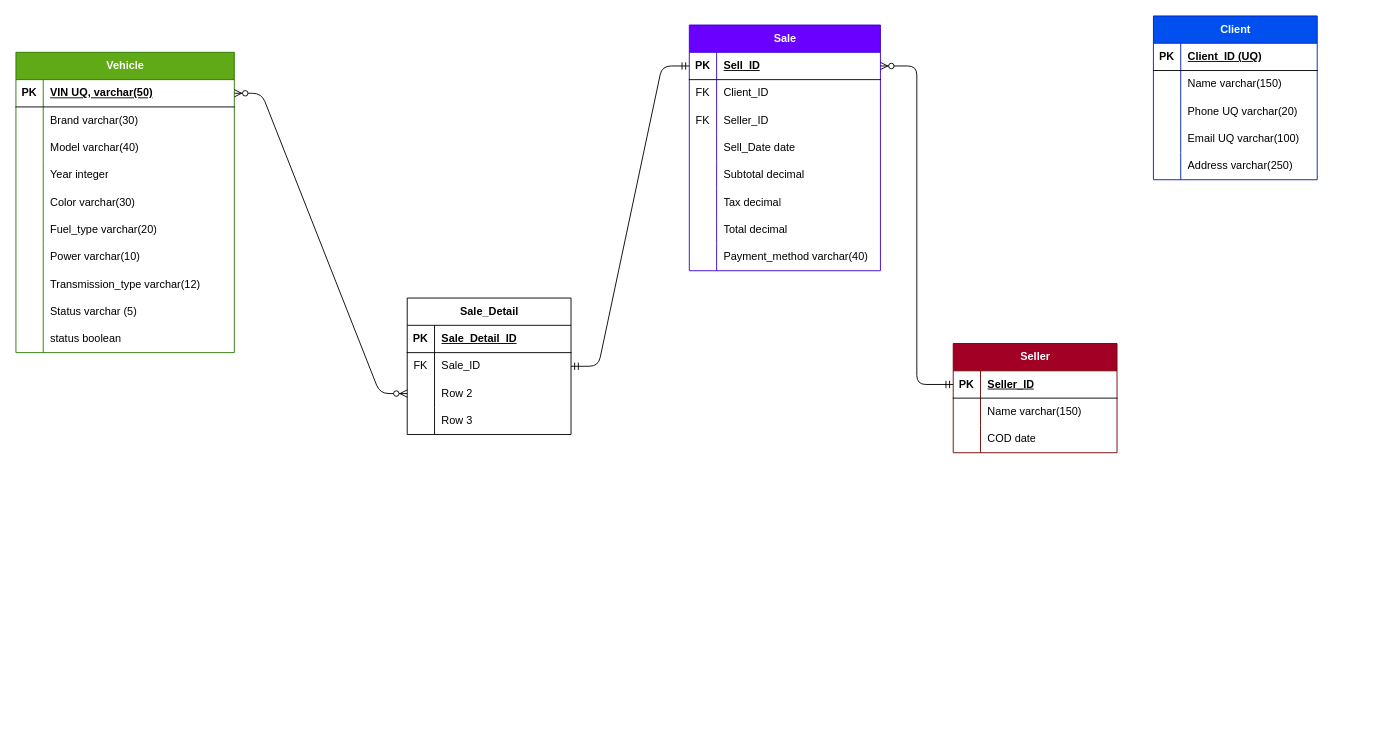
This is UML.drawio from Jlebot7/sqld_exam, a draw.io file, before an edit. Source tidied: cells renumbered, new cells numbered last; positions are measured from the earlier drawing's top-left corner, leaving out a move shared by most shapes. Both pictures are drawn from the tidied source at 91%, with x=0, y=0 at pixel (15, 15).
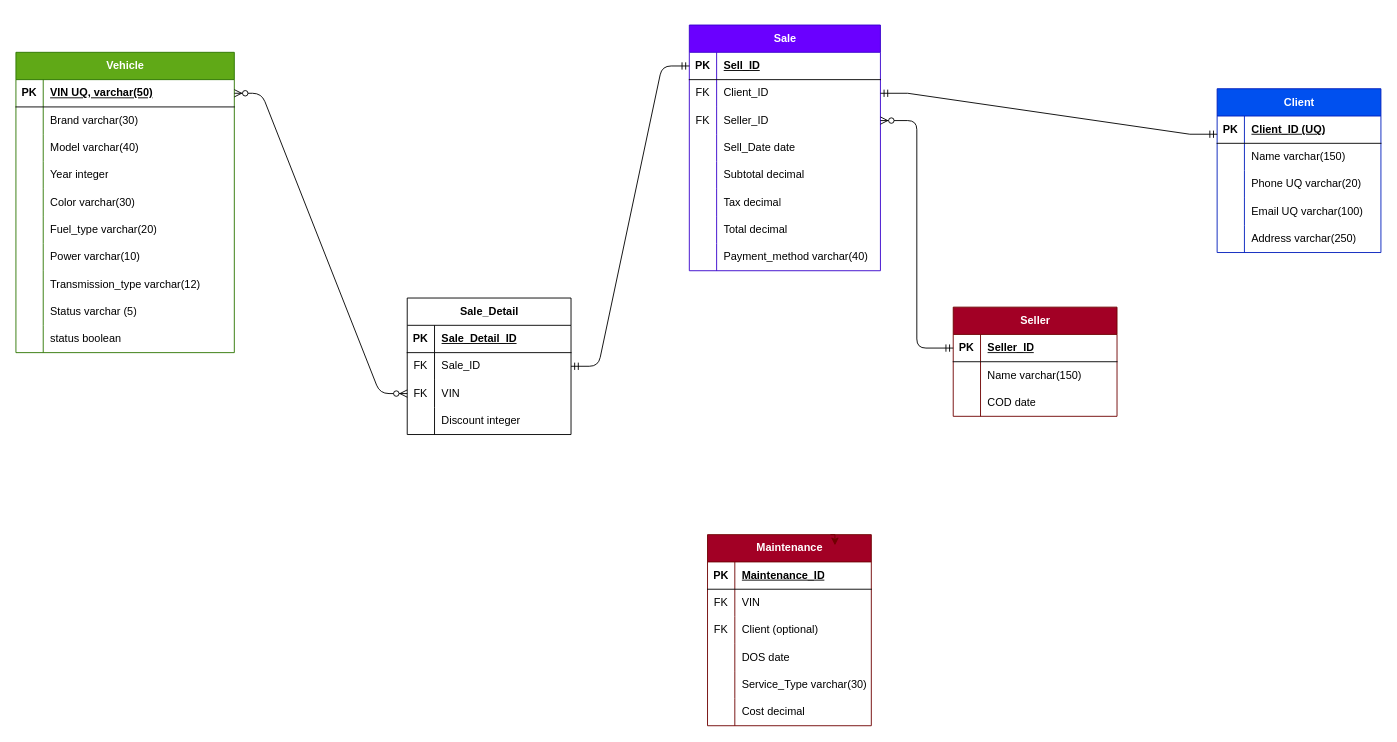
After the change.

Unchanged cells that the change refers to:
```xml
<mxCell id="50" style="shape=tableRow;horizontal=0;startSize=0;swimlaneHead=0;swimlaneBody=0;fillColor=none;points=[[0,0.5],[1,0.5]];portConstraint=eastwest;top=0;left=0;right=0;bottom=1;" parent="49" vertex="1">
  <mxGeometry y="30" width="180" height="30" as="geometry" />
</mxCell>
<mxCell id="60" style="shape=tableRow;horizontal=0;startSize=0;swimlaneHead=0;swimlaneBody=0;fillColor=none;points=[[0,0.5],[1,0.5]];portConstraint=eastwest;top=0;left=0;right=0;bottom=1;" parent="59" vertex="1">
  <mxGeometry y="30" width="210" height="30" as="geometry" />
</mxCell>
<mxCell id="63" style="shape=tableRow;horizontal=0;startSize=0;swimlaneHead=0;swimlaneBody=0;fillColor=none;points=[[0,0.5],[1,0.5]];portConstraint=eastwest;top=0;left=0;right=0;bottom=0;" parent="59" vertex="1">
  <mxGeometry y="60" width="210" height="30" as="geometry" />
</mxCell>
<mxCell id="66" style="shape=tableRow;horizontal=0;startSize=0;swimlaneHead=0;swimlaneBody=0;fillColor=none;points=[[0,0.5],[1,0.5]];portConstraint=eastwest;top=0;left=0;right=0;bottom=0;" parent="59" vertex="1">
  <mxGeometry y="90" width="210" height="30" as="geometry" />
</mxCell>
<mxCell id="91" style="shape=tableRow;horizontal=0;startSize=0;swimlaneHead=0;swimlaneBody=0;fillColor=none;points=[[0,0.5],[1,0.5]];portConstraint=eastwest;top=0;left=0;right=0;bottom=0;" parent="84" vertex="1">
  <mxGeometry y="90" width="180" height="30" as="geometry" />
</mxCell>
<mxCell id="94" style="shape=tableRow;horizontal=0;startSize=0;swimlaneHead=0;swimlaneBody=0;fillColor=none;top=0;left=0;right=0;bottom=0;" parent="84" vertex="1">
  <mxGeometry y="120" width="180" height="30" as="geometry" />
</mxCell>
```

Diff of the diagram source:
```diff
@@
     <mxCell id="33" value="Client" style="shape=table;startSize=30;childLayout=tableLayout;rowLines=0;fontStyle=1;align=center;html=1;fillColor=#0050ef;fontColor=#ffffff;strokeColor=#001DBC;" parent="1" vertex="1">
-      <mxGeometry x="1250" width="180" height="180" as="geometry" />
+      <mxGeometry x="1320" y="80" width="180" height="180" as="geometry" />
     </mxCell>
@@
     <mxCell id="49" value="Seller" style="shape=table;startSize=30;childLayout=tableLayout;rowLines=0;fontStyle=1;align=center;html=1;fillColor=#a20025;fontColor=#ffffff;strokeColor=#6F0000;" parent="1" vertex="1">
-      <mxGeometry x="1030" y="360" width="180" height="120" as="geometry" />
+      <mxGeometry x="1030" y="320" width="180" height="120" as="geometry" />
     </mxCell>
@@
-    <mxCell id="92" style="shape=partialRectangle;fillColor=none;top=0;left=0;bottom=0;right=0;overflow=hidden;whiteSpace=wrap;html=1;" parent="91" vertex="1">
+    <mxCell id="92" value="FK" style="shape=partialRectangle;fillColor=none;top=0;left=0;bottom=0;right=0;overflow=hidden;whiteSpace=wrap;html=1;" parent="91" vertex="1">
       <mxGeometry width="30" height="30" as="geometry" />
     </mxCell>
-    <mxCell id="93" value="Row 2" style="shape=partialRectangle;fillColor=none;top=0;left=0;bottom=0;right=0;align=left;spacingLeft=6;overflow=hidden;whiteSpace=wrap;html=1;" parent="91" vertex="1">
+    <mxCell id="93" value="VIN" style="shape=partialRectangle;fillColor=none;top=0;left=0;bottom=0;right=0;align=left;spacingLeft=6;overflow=hidden;whiteSpace=wrap;html=1;" parent="91" vertex="1">
       <mxGeometry x="30" width="150" height="30" as="geometry" />
     </mxCell>
@@
-    <mxCell id="96" value="Row 3" style="shape=partialRectangle;fillColor=none;top=0;left=0;bottom=0;right=0;align=left;spacingLeft=6;overflow=hidden;whiteSpace=wrap;html=1;" parent="94" vertex="1">
+    <mxCell id="96" value="Discount integer" style="shape=partialRectangle;fillColor=none;top=0;left=0;bottom=0;right=0;align=left;spacingLeft=6;overflow=hidden;whiteSpace=wrap;html=1;" parent="94" vertex="1">
       <mxGeometry x="30" width="150" height="30" as="geometry" />
     </mxCell>
-    <mxCell id="97" style="edgeStyle=orthogonalEdgeStyle;fontSize=12;html=1;endArrow=ERzeroToMany;startArrow=ERmandOne;rounded=1;entryX=1;entryY=0.5;entryDx=0;entryDy=0;exitX=0;exitY=0.5;exitDx=0;exitDy=0;curved=0;" parent="1" edge="1" source="50" target="60">
-      <mxGeometry relative="1" as="geometry" />
+    <mxCell id="97" style="edgeStyle=orthogonalEdgeStyle;fontSize=12;html=1;endArrow=ERzeroToMany;startArrow=ERmandOne;rounded=1;exitX=0;exitY=0.5;exitDx=0;exitDy=0;curved=0;entryX=1;entryY=0.5;entryDx=0;entryDy=0;" parent="1" edge="1" source="50" target="66">
+      <mxGeometry relative="1" as="geometry">
+        <Array as="points">
+          <mxPoint x="990" y="365" />
+          <mxPoint x="990" y="115" />
+        </Array>
+      </mxGeometry>
     </mxCell>
@@
+    <mxCell id="100" style="edgeStyle=entityRelationEdgeStyle;fontSize=12;html=1;endArrow=ERmandOne;startArrow=ERmandOne;rounded=0;exitX=1;exitY=0.5;exitDx=0;exitDy=0;" parent="1" edge="1" source="63">
+      <mxGeometry relative="1" as="geometry">
+        <mxPoint x="1320" y="130" as="targetPoint" />
+      </mxGeometry>
+    </mxCell>
+    <mxCell id="101" value="Maintenance" style="shape=table;startSize=30;childLayout=tableLayout;rowLines=0;fontStyle=1;align=center;html=1;fillColor=#a20025;fontColor=#ffffff;strokeColor=#6F0000;" parent="1" vertex="1">
+      <mxGeometry x="760" y="570" width="180" height="210" as="geometry" />
+    </mxCell>
+    <mxCell id="102" style="shape=tableRow;horizontal=0;startSize=0;swimlaneHead=0;swimlaneBody=0;fillColor=none;top=0;left=0;right=0;bottom=1;" parent="101" vertex="1">
+      <mxGeometry y="30" width="180" height="30" as="geometry" />
+    </mxCell>
+    <mxCell id="103" value="PK" style="shape=partialRectangle;fillColor=none;top=0;left=0;bottom=0;right=0;fontStyle=1;overflow=hidden;whiteSpace=wrap;html=1;" parent="102" vertex="1">
+      <mxGeometry width="30" height="30" as="geometry" />
+    </mxCell>
+    <mxCell id="104" value="Maintenance_ID" style="shape=partialRectangle;fillColor=none;top=0;left=0;bottom=0;right=0;align=left;spacingLeft=6;fontStyle=5;overflow=hidden;whiteSpace=wrap;html=1;" parent="102" vertex="1">
+      <mxGeometry x="30" width="150" height="30" as="geometry" />
+    </mxCell>
+    <mxCell id="105" style="shape=tableRow;horizontal=0;startSize=0;swimlaneHead=0;swimlaneBody=0;fillColor=none;top=0;left=0;right=0;bottom=0;" parent="101" vertex="1">
+      <mxGeometry y="60" width="180" height="30" as="geometry" />
+    </mxCell>
+    <mxCell id="106" value="FK" style="shape=partialRectangle;fillColor=none;top=0;left=0;bottom=0;right=0;overflow=hidden;whiteSpace=wrap;html=1;" parent="105" vertex="1">
+      <mxGeometry width="30" height="30" as="geometry" />
+    </mxCell>
+    <mxCell id="107" value="VIN" style="shape=partialRectangle;fillColor=none;top=0;left=0;bottom=0;right=0;align=left;spacingLeft=6;overflow=hidden;whiteSpace=wrap;html=1;" parent="105" vertex="1">
+      <mxGeometry x="30" width="150" height="30" as="geometry" />
+    </mxCell>
+    <mxCell id="108" style="shape=tableRow;horizontal=0;startSize=0;swimlaneHead=0;swimlaneBody=0;fillColor=none;top=0;left=0;right=0;bottom=0;" parent="101" vertex="1">
+      <mxGeometry y="90" width="180" height="30" as="geometry" />
+    </mxCell>
+    <mxCell id="109" value="FK" style="shape=partialRectangle;fillColor=none;top=0;left=0;bottom=0;right=0;overflow=hidden;whiteSpace=wrap;html=1;" parent="108" vertex="1">
+      <mxGeometry width="30" height="30" as="geometry" />
+    </mxCell>
+    <mxCell id="110" value="Client (optional)" style="shape=partialRectangle;fillColor=none;top=0;left=0;bottom=0;right=0;align=left;spacingLeft=6;overflow=hidden;whiteSpace=wrap;html=1;" parent="108" vertex="1">
+      <mxGeometry x="30" width="150" height="30" as="geometry" />
+    </mxCell>
+    <mxCell id="111" style="shape=tableRow;horizontal=0;startSize=0;swimlaneHead=0;swimlaneBody=0;fillColor=none;top=0;left=0;right=0;bottom=0;" parent="101" vertex="1">
+      <mxGeometry y="120" width="180" height="30" as="geometry" />
+    </mxCell>
+    <mxCell id="112" style="shape=partialRectangle;fillColor=none;top=0;left=0;bottom=0;right=0;overflow=hidden;whiteSpace=wrap;html=1;" parent="111" vertex="1">
+      <mxGeometry width="30" height="30" as="geometry" />
+    </mxCell>
+    <mxCell id="113" value="DOS date" style="shape=partialRectangle;fillColor=none;top=0;left=0;bottom=0;right=0;align=left;spacingLeft=6;overflow=hidden;whiteSpace=wrap;html=1;" parent="111" vertex="1">
+      <mxGeometry x="30" width="150" height="30" as="geometry" />
+    </mxCell>
+    <mxCell id="114" style="shape=tableRow;horizontal=0;startSize=0;swimlaneHead=0;swimlaneBody=0;fillColor=none;top=0;left=0;right=0;bottom=0;" parent="101" vertex="1">
+      <mxGeometry y="150" width="180" height="30" as="geometry" />
+    </mxCell>
+    <mxCell id="115" style="shape=partialRectangle;fillColor=none;top=0;left=0;bottom=0;right=0;overflow=hidden;whiteSpace=wrap;html=1;" parent="114" vertex="1">
+      <mxGeometry width="30" height="30" as="geometry" />
+    </mxCell>
+    <mxCell id="116" value="Service_Type varchar(30)" style="shape=partialRectangle;fillColor=none;top=0;left=0;bottom=0;right=0;align=left;spacingLeft=6;overflow=hidden;whiteSpace=wrap;html=1;" parent="114" vertex="1">
+      <mxGeometry x="30" width="150" height="30" as="geometry" />
+    </mxCell>
+    <mxCell id="117" style="shape=tableRow;horizontal=0;startSize=0;swimlaneHead=0;swimlaneBody=0;fillColor=none;top=0;left=0;right=0;bottom=0;" parent="101" vertex="1">
+      <mxGeometry y="180" width="180" height="30" as="geometry" />
+    </mxCell>
+    <mxCell id="118" style="shape=partialRectangle;fillColor=none;top=0;left=0;bottom=0;right=0;overflow=hidden;whiteSpace=wrap;html=1;" parent="117" vertex="1">
+      <mxGeometry width="30" height="30" as="geometry" />
+    </mxCell>
+    <mxCell id="119" value="Cost decimal" style="shape=partialRectangle;fillColor=none;top=0;left=0;bottom=0;right=0;align=left;spacingLeft=6;overflow=hidden;whiteSpace=wrap;html=1;" parent="117" vertex="1">
+      <mxGeometry x="30" width="150" height="30" as="geometry" />
+    </mxCell>
+    <mxCell id="120" style="edgeStyle=orthogonalEdgeStyle;rounded=0;orthogonalLoop=1;jettySize=auto;html=1;innerLoopWaypoints=1;exitX=0.75;exitY=0;exitDx=0;exitDy=0;entryX=0.778;entryY=0.056;entryDx=0;entryDy=0;entryPerimeter=0;fillColor=#a20025;strokeColor=#6F0000;" parent="1" edge="1" source="101" target="101">
+      <mxGeometry relative="1" as="geometry" />
+    </mxCell>
```
